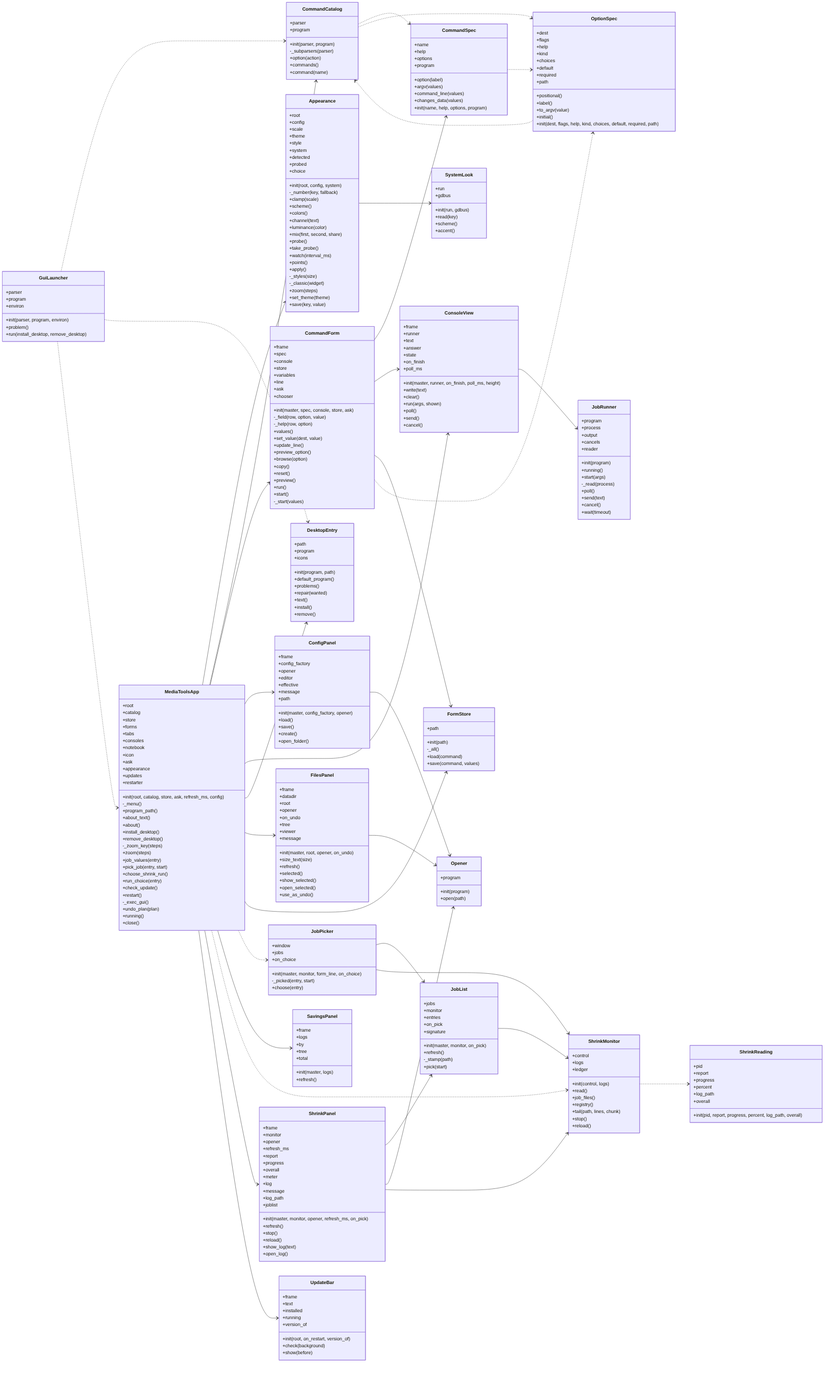
Earlier version of the Mermaid export docs/img/uml_gui.png (peddanet/mediatools). Its source is kept beside it as docs/img/uml_gui.mmd.
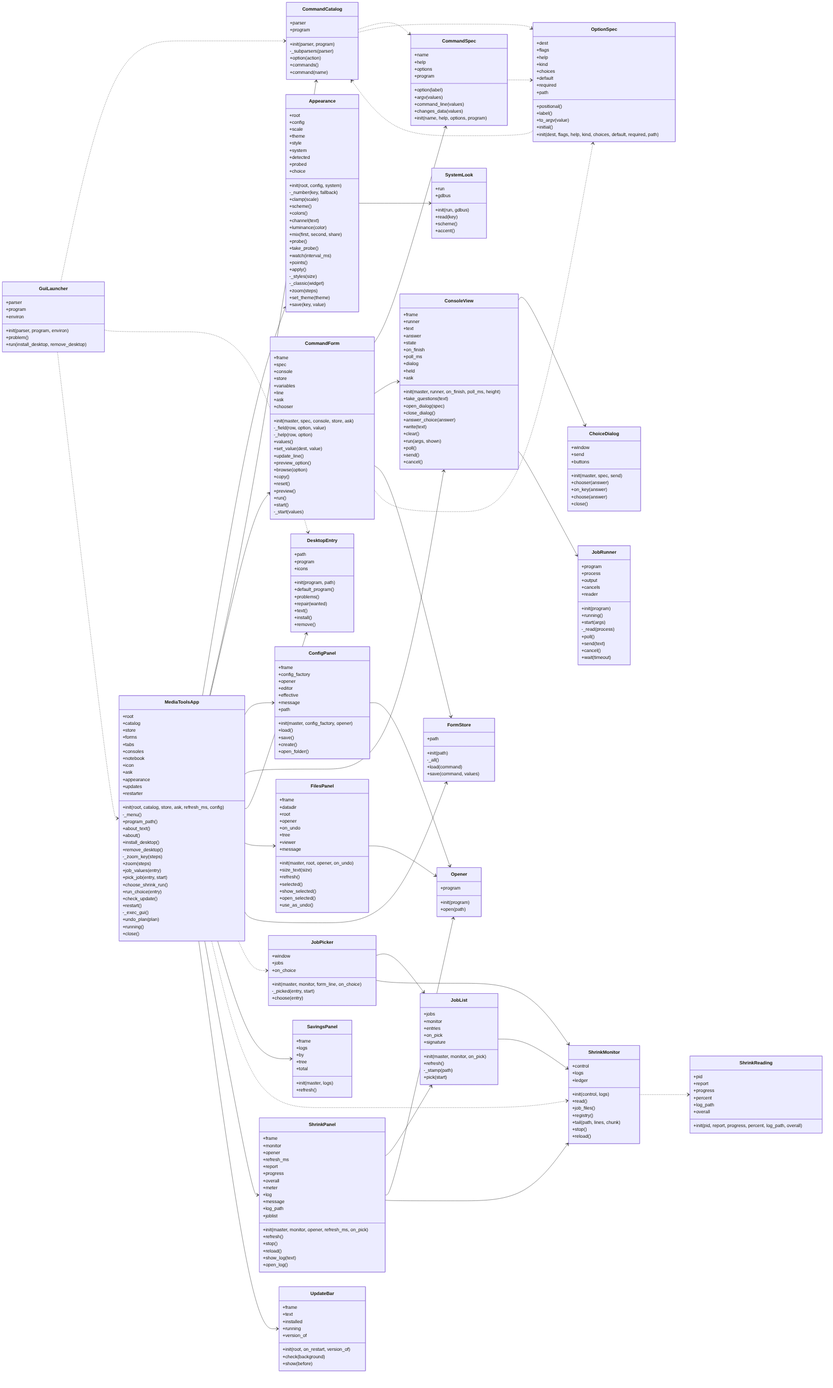
Later version of the same file.

What changed in the source:
```diff
@@ -71,6 +71,16 @@
     +commands()
     +command(name)
   }
+  class ChoiceDialog {
+    +window
+    +send
+    +buttons
+    +init(master, spec, send)
+    +chooser(answer)
+    +on_key(answer)
+    +choose(answer)
+    +close()
+  }
   class CommandForm {
     +frame
     +spec
@@ -128,7 +138,14 @@
     +state
     +on_finish
     +poll_ms
+    +dialog
+    +held
+    +ask
     +init(master, runner, on_finish, poll_ms, height)
+    +take_questions(text)
+    +open_dialog(spec)
+    +close_dialog()
+    +answer_choice(answer)
     +write(text)
     +clear()
     +run(args, shown)
@@ -324,6 +341,7 @@
   CommandForm ..> OptionSpec
   CommandSpec ..> OptionSpec
   ConfigPanel --> Opener
+  ConsoleView --> ChoiceDialog
   ConsoleView --> JobRunner
   FilesPanel --> Opener
   JobList --> ShrinkMonitor
```
